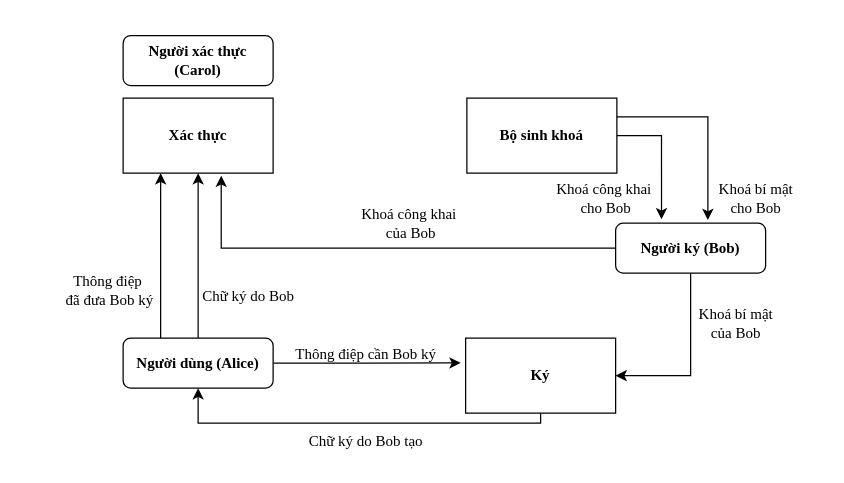
huyle84/diagrams keeps this draw.io diagram as DS.drawio. Above is the earlier version. Source tidied: cells renumbered, new cells numbered last; positions are measured from the earlier drawing's top-left corner, leaving out a move shared by most shapes. Both pictures are drawn from the tidied source at 125%, with x=0, y=0 at pixel (52, 35).
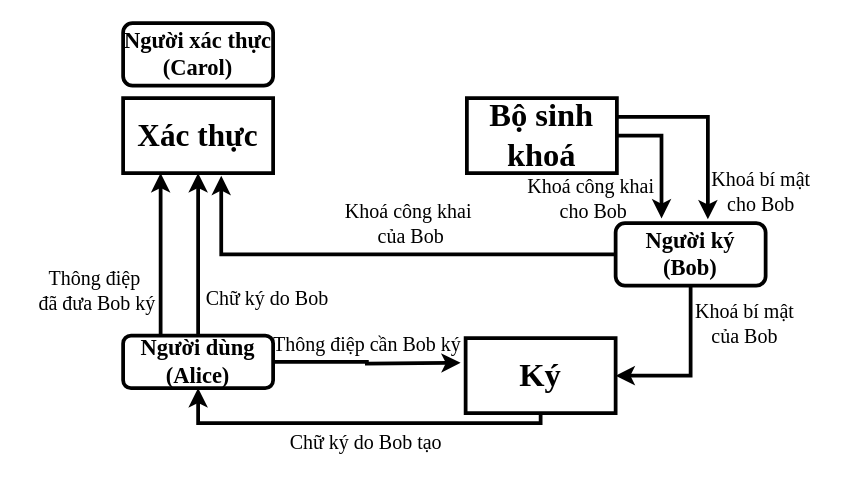
Above is the later version.

Diff of the diagram source:
```diff
@@
-    <mxCell id="2" value="&lt;font face=&quot;Times New Roman&quot;&gt;&lt;b&gt;Xác thực&lt;/b&gt;&lt;/font&gt;" style="rounded=0;whiteSpace=wrap;html=1;" parent="1" vertex="1">
+    <mxCell id="2" value="&lt;font face=&quot;Times New Roman&quot; style=&quot;font-size: 25px;&quot;&gt;&lt;b style=&quot;&quot;&gt;Xác thực&lt;/b&gt;&lt;/font&gt;" style="rounded=0;whiteSpace=wrap;html=1;strokeWidth=3;" parent="1" vertex="1">
       <mxGeometry x="56" y="50" width="120" height="60" as="geometry" />
     </mxCell>
-    <mxCell id="3" style="edgeStyle=orthogonalEdgeStyle;rounded=0;jettySize=auto;html=1;exitX=0.5;exitY=1;exitDx=0;exitDy=0;entryX=0.5;entryY=1;entryDx=0;entryDy=0;" parent="1" edge="1" source="4" target="11">
+    <mxCell id="3" style="edgeStyle=orthogonalEdgeStyle;rounded=0;jettySize=auto;html=1;exitX=0.5;exitY=1;exitDx=0;exitDy=0;entryX=0.5;entryY=1;entryDx=0;entryDy=0;strokeWidth=3;" parent="1" edge="1" source="4" target="11">
       <mxGeometry relative="1" as="geometry">
         <Array as="points">
           <mxPoint x="390" y="310" />
           <mxPoint x="116" y="310" />
         </Array>
       </mxGeometry>
     </mxCell>
-    <mxCell id="4" value="&lt;font face=&quot;Times New Roman&quot;&gt;&lt;b&gt;Ký&lt;/b&gt;&lt;/font&gt;" style="rounded=0;whiteSpace=wrap;html=1;" parent="1" vertex="1">
+    <mxCell id="4" value="&lt;font face=&quot;Times New Roman&quot; style=&quot;font-size: 26px;&quot;&gt;&lt;b style=&quot;&quot;&gt;Ký&lt;/b&gt;&lt;/font&gt;" style="rounded=0;whiteSpace=wrap;html=1;strokeWidth=3;" parent="1" vertex="1">
       <mxGeometry x="330" y="242" width="120" height="60" as="geometry" />
     </mxCell>
-    <mxCell id="5" value="&lt;font face=&quot;Times New Roman&quot;&gt;Bộ sinh khoá&lt;/font&gt;" style="rounded=0;whiteSpace=wrap;html=1;fontStyle=1;" parent="1" vertex="1">
+    <mxCell id="5" value="&lt;font face=&quot;Times New Roman&quot; style=&quot;font-size: 26px;&quot;&gt;Bộ sinh khoá&lt;/font&gt;" style="rounded=0;whiteSpace=wrap;html=1;fontStyle=1;strokeWidth=3;" parent="1" vertex="1">
       <mxGeometry x="331" y="50" width="120" height="60" as="geometry" />
     </mxCell>
-    <mxCell id="6" value="&lt;font face=&quot;Times New Roman&quot;&gt;Khoá công khai&amp;nbsp;&lt;/font&gt;&lt;div&gt;&lt;font face=&quot;Times New Roman&quot;&gt;của Bob&lt;/font&gt;&lt;/div&gt;" style="text;html=1;align=center;verticalAlign=middle;strokeColor=none;fillColor=none;" parent="1" vertex="1">
-      <mxGeometry x="236" y="130" width="100" height="40" as="geometry" />
+    <mxCell id="6" value="&lt;font face=&quot;Times New Roman&quot; style=&quot;font-size: 16px;&quot;&gt;Khoá công khai&amp;nbsp;&lt;/font&gt;&lt;div&gt;&lt;font face=&quot;Times New Roman&quot; style=&quot;font-size: 16px;&quot;&gt;của Bob&lt;/font&gt;&lt;/div&gt;" style="text;html=1;align=center;verticalAlign=middle;strokeColor=none;fillColor=none;strokeWidth=3;" parent="1" vertex="1">
+      <mxGeometry x="221" y="125" width="130" height="50" as="geometry" />
     </mxCell>
-    <mxCell id="7" value="&lt;font face=&quot;Times New Roman&quot;&gt;Khoá bí mật&lt;/font&gt;&lt;div&gt;&lt;font face=&quot;Times New Roman&quot;&gt;của Bob&lt;/font&gt;&lt;br&gt;&lt;/div&gt;" style="text;html=1;align=center;verticalAlign=middle;strokeColor=none;fillColor=none;" parent="1" vertex="1">
-      <mxGeometry x="506" y="210" width="80" height="40" as="geometry" />
+    <mxCell id="7" value="&lt;font face=&quot;Times New Roman&quot; style=&quot;font-size: 16px;&quot;&gt;Khoá bí mật&lt;/font&gt;&lt;div&gt;&lt;font face=&quot;Times New Roman&quot; style=&quot;font-size: 16px;&quot;&gt;của Bob&lt;/font&gt;&lt;br&gt;&lt;/div&gt;" style="text;html=1;align=center;verticalAlign=middle;strokeColor=none;fillColor=none;strokeWidth=3;" parent="1" vertex="1">
+      <mxGeometry x="503" y="205" width="100" height="50" as="geometry" />
     </mxCell>
-    <mxCell id="8" style="edgeStyle=orthogonalEdgeStyle;rounded=0;jettySize=auto;html=1;exitX=1;exitY=0.5;exitDx=0;exitDy=0;" parent="1" edge="1" source="11">
+    <mxCell id="8" style="edgeStyle=orthogonalEdgeStyle;rounded=0;jettySize=auto;html=1;exitX=1;exitY=0.5;exitDx=0;exitDy=0;strokeWidth=3;" parent="1" edge="1" source="11">
       <mxGeometry relative="1" as="geometry">
         <mxPoint x="326" y="261.8" as="targetPoint" />
       </mxGeometry>
     </mxCell>
-    <mxCell id="9" style="edgeStyle=orthogonalEdgeStyle;rounded=0;jettySize=auto;html=1;entryX=0.5;entryY=1;entryDx=0;entryDy=0;" parent="1" edge="1" source="11" target="2">
+    <mxCell id="9" style="edgeStyle=orthogonalEdgeStyle;rounded=0;jettySize=auto;html=1;entryX=0.5;entryY=1;entryDx=0;entryDy=0;strokeWidth=3;" parent="1" edge="1" source="11" target="2">
       <mxGeometry relative="1" as="geometry" />
     </mxCell>
-    <mxCell id="10" style="edgeStyle=orthogonalEdgeStyle;rounded=0;jettySize=auto;html=1;exitX=0.25;exitY=0;exitDx=0;exitDy=0;entryX=0.25;entryY=1;entryDx=0;entryDy=0;" parent="1" edge="1" source="11" target="2">
+    <mxCell id="10" style="edgeStyle=orthogonalEdgeStyle;rounded=0;jettySize=auto;html=1;exitX=0.25;exitY=0;exitDx=0;exitDy=0;entryX=0.25;entryY=1;entryDx=0;entryDy=0;strokeWidth=3;" parent="1" edge="1" source="11" target="2">
       <mxGeometry relative="1" as="geometry" />
     </mxCell>
+    <mxCell id="24" style="edgeStyle=orthogonalEdgeStyle;rounded=0;jettySize=auto;html=1;exitX=0.5;exitY=0;exitDx=0;exitDy=0;" parent="1" edge="1" source="11">
+      <mxGeometry relative="1" as="geometry">
+        <mxPoint x="116" y="240" as="targetPoint" />
+      </mxGeometry>
+    </mxCell>
-    <mxCell id="11" value="&lt;font face=&quot;Times New Roman&quot;&gt;Người dùng (Alice)&lt;/font&gt;" style="rounded=1;whiteSpace=wrap;html=1;fontStyle=1;" parent="1" vertex="1">
-      <mxGeometry x="56" y="242" width="120" height="40" as="geometry" />
+    <mxCell id="11" value="&lt;font face=&quot;Times New Roman&quot; style=&quot;font-size: 18px;&quot;&gt;Người dùng (Alice)&lt;/font&gt;" style="rounded=1;whiteSpace=wrap;html=1;fontStyle=1;strokeWidth=3;" parent="1" vertex="1">
+      <mxGeometry x="56" y="240" width="120" height="42" as="geometry" />
     </mxCell>
-    <mxCell id="12" style="edgeStyle=orthogonalEdgeStyle;rounded=0;jettySize=auto;html=1;exitX=0.5;exitY=1;exitDx=0;exitDy=0;entryX=1;entryY=0.5;entryDx=0;entryDy=0;" parent="1" edge="1" source="13" target="4">
+    <mxCell id="12" style="edgeStyle=orthogonalEdgeStyle;rounded=0;jettySize=auto;html=1;exitX=0.5;exitY=1;exitDx=0;exitDy=0;entryX=1;entryY=0.5;entryDx=0;entryDy=0;strokeWidth=3;" parent="1" edge="1" source="13" target="4">
       <mxGeometry relative="1" as="geometry" />
     </mxCell>
-    <mxCell id="13" value="&lt;font face=&quot;Times New Roman&quot;&gt;Người ký (Bob)&lt;/font&gt;" style="rounded=1;whiteSpace=wrap;html=1;fontStyle=1;" parent="1" vertex="1">
-      <mxGeometry x="450" y="150" width="120" height="40" as="geometry" />
+    <mxCell id="13" value="&lt;font face=&quot;Times New Roman&quot; style=&quot;font-size: 18px;&quot;&gt;Người ký (Bob)&lt;/font&gt;" style="rounded=1;whiteSpace=wrap;html=1;fontStyle=1;strokeWidth=3;" parent="1" vertex="1">
+      <mxGeometry x="450" y="150" width="120" height="50" as="geometry" />
     </mxCell>
-    <mxCell id="14" value="&lt;font face=&quot;Times New Roman&quot;&gt;Thông điệp cần Bob ký&lt;/font&gt;" style="text;html=1;align=center;verticalAlign=middle;strokeColor=none;fillColor=none;" parent="1" vertex="1">
-      <mxGeometry x="180" y="240" width="140" height="30" as="geometry" />
+    <mxCell id="14" value="&lt;font face=&quot;Times New Roman&quot; style=&quot;font-size: 16px;&quot;&gt;Thông điệp cần Bob ký&lt;/font&gt;" style="text;html=1;align=center;verticalAlign=middle;strokeColor=none;fillColor=none;strokeWidth=3;" parent="1" vertex="1">
+      <mxGeometry x="166" y="232" width="170" height="30" as="geometry" />
     </mxCell>
-    <mxCell id="15" value="&lt;font face=&quot;Times New Roman&quot;&gt;Khoá công khai&amp;nbsp;&lt;/font&gt;&lt;div&gt;&lt;font face=&quot;Times New Roman&quot;&gt;cho Bob&lt;/font&gt;&lt;/div&gt;" style="text;html=1;align=center;verticalAlign=middle;strokeColor=none;fillColor=none;" parent="1" vertex="1">
-      <mxGeometry x="392" y="110" width="100" height="40" as="geometry" />
+    <mxCell id="15" value="&lt;font face=&quot;Times New Roman&quot; style=&quot;font-size: 16px;&quot;&gt;Khoá công khai&amp;nbsp;&lt;/font&gt;&lt;div&gt;&lt;font face=&quot;Times New Roman&quot; style=&quot;font-size: 16px;&quot;&gt;cho Bob&lt;/font&gt;&lt;/div&gt;" style="text;html=1;align=center;verticalAlign=middle;strokeColor=none;fillColor=none;strokeWidth=3;" parent="1" vertex="1">
+      <mxGeometry x="367" y="105" width="130" height="50" as="geometry" />
     </mxCell>
-    <mxCell id="16" style="edgeStyle=orthogonalEdgeStyle;rounded=0;jettySize=auto;html=1;exitX=1;exitY=0.5;exitDx=0;exitDy=0;entryX=0.306;entryY=-0.075;entryDx=0;entryDy=0;entryPerimeter=0;" parent="1" edge="1" source="5" target="13">
+    <mxCell id="16" style="edgeStyle=orthogonalEdgeStyle;rounded=0;jettySize=auto;html=1;exitX=1;exitY=0.5;exitDx=0;exitDy=0;entryX=0.306;entryY=-0.075;entryDx=0;entryDy=0;entryPerimeter=0;strokeWidth=3;" parent="1" edge="1" source="5" target="13">
       <mxGeometry relative="1" as="geometry" />
     </mxCell>
-    <mxCell id="17" style="edgeStyle=orthogonalEdgeStyle;rounded=0;jettySize=auto;html=1;exitX=1;exitY=0.25;exitDx=0;exitDy=0;entryX=0.615;entryY=-0.061;entryDx=0;entryDy=0;entryPerimeter=0;" parent="1" edge="1" source="5" target="13">
+    <mxCell id="17" style="edgeStyle=orthogonalEdgeStyle;rounded=0;jettySize=auto;html=1;exitX=1;exitY=0.25;exitDx=0;exitDy=0;entryX=0.615;entryY=-0.061;entryDx=0;entryDy=0;entryPerimeter=0;strokeWidth=3;" parent="1" edge="1" source="5" target="13">
       <mxGeometry relative="1" as="geometry" />
     </mxCell>
-    <mxCell id="18" value="&lt;font face=&quot;Times New Roman&quot;&gt;Khoá bí mật&lt;/font&gt;&lt;div&gt;&lt;font face=&quot;Times New Roman&quot;&gt;cho Bob&lt;/font&gt;&lt;br&gt;&lt;/div&gt;" style="text;html=1;align=center;verticalAlign=middle;strokeColor=none;fillColor=none;" parent="1" vertex="1">
-      <mxGeometry x="522" y="110" width="80" height="40" as="geometry" />
+    <mxCell id="18" value="&lt;font face=&quot;Times New Roman&quot; style=&quot;font-size: 16px;&quot;&gt;Khoá bí mật&lt;/font&gt;&lt;div&gt;&lt;font face=&quot;Times New Roman&quot; style=&quot;font-size: 16px;&quot;&gt;cho Bob&lt;/font&gt;&lt;br&gt;&lt;/div&gt;" style="text;html=1;align=center;verticalAlign=middle;strokeColor=none;fillColor=none;strokeWidth=3;" parent="1" vertex="1">
+      <mxGeometry x="516" y="100" width="100" height="50" as="geometry" />
     </mxCell>
-    <mxCell id="19" value="&lt;font face=&quot;Times New Roman&quot;&gt;Người xác thực (Carol)&lt;/font&gt;" style="rounded=1;whiteSpace=wrap;html=1;fontStyle=1;" parent="1" vertex="1">
-      <mxGeometry x="56" width="120" height="40" as="geometry" />
+    <mxCell id="19" value="&lt;font face=&quot;Times New Roman&quot; style=&quot;font-size: 18px;&quot;&gt;Người xác thực (Carol)&lt;/font&gt;" style="rounded=1;whiteSpace=wrap;html=1;fontStyle=1;strokeWidth=3;" parent="1" vertex="1">
+      <mxGeometry x="56" y="-10" width="120" height="50" as="geometry" />
     </mxCell>
-    <mxCell id="20" style="edgeStyle=orthogonalEdgeStyle;rounded=0;jettySize=auto;html=1;entryX=0.654;entryY=1.035;entryDx=0;entryDy=0;entryPerimeter=0;" parent="1" edge="1" source="13" target="2">
+    <mxCell id="20" style="edgeStyle=orthogonalEdgeStyle;rounded=0;jettySize=auto;html=1;entryX=0.654;entryY=1.035;entryDx=0;entryDy=0;entryPerimeter=0;strokeWidth=3;" parent="1" edge="1" source="13" target="2">
       <mxGeometry relative="1" as="geometry" />
     </mxCell>
-    <mxCell id="21" value="&lt;div&gt;&lt;font face=&quot;Times New Roman&quot;&gt;Chữ ký do Bob&lt;/font&gt;&lt;/div&gt;" style="text;html=1;align=center;verticalAlign=middle;strokeColor=none;fillColor=none;" parent="1" vertex="1">
-      <mxGeometry x="106" y="194" width="100" height="30" as="geometry" />
+    <mxCell id="21" value="&lt;div&gt;&lt;font face=&quot;Times New Roman&quot; style=&quot;font-size: 16px;&quot;&gt;Chữ ký do Bob&lt;/font&gt;&lt;/div&gt;" style="text;html=1;align=center;verticalAlign=middle;strokeColor=none;fillColor=none;strokeWidth=3;" parent="1" vertex="1">
+      <mxGeometry x="111" y="195" width="120" height="30" as="geometry" />
     </mxCell>
-    <mxCell id="22" value="&lt;div&gt;&lt;font face=&quot;Times New Roman&quot;&gt;Chữ ký do Bob tạo&lt;/font&gt;&lt;/div&gt;" style="text;html=1;align=center;verticalAlign=middle;strokeColor=none;fillColor=none;" parent="1" vertex="1">
-      <mxGeometry x="195" y="310" width="110" height="30" as="geometry" />
+    <mxCell id="22" value="&lt;div&gt;&lt;font face=&quot;Times New Roman&quot; style=&quot;font-size: 16px;&quot;&gt;Chữ ký do Bob tạo&lt;/font&gt;&lt;/div&gt;" style="text;html=1;align=center;verticalAlign=middle;strokeColor=none;fillColor=none;strokeWidth=3;" parent="1" vertex="1">
+      <mxGeometry x="175" y="310" width="150" height="30" as="geometry" />
     </mxCell>
-    <mxCell id="23" value="&lt;font face=&quot;Times New Roman&quot;&gt;Thông điệp&amp;nbsp;&lt;/font&gt;&lt;div&gt;&lt;font face=&quot;Times New Roman&quot;&gt;đã đưa Bob ký&lt;/font&gt;&lt;/div&gt;" style="text;html=1;align=center;verticalAlign=middle;strokeColor=none;fillColor=none;" parent="1" vertex="1">
-      <mxGeometry y="184" width="90" height="40" as="geometry" />
+    <mxCell id="23" value="&lt;font face=&quot;Times New Roman&quot; style=&quot;font-size: 16px;&quot;&gt;Thông điệp&amp;nbsp;&lt;/font&gt;&lt;div&gt;&lt;font face=&quot;Times New Roman&quot; style=&quot;font-size: 16px;&quot;&gt;đã đưa Bob ký&lt;/font&gt;&lt;/div&gt;" style="text;html=1;align=center;verticalAlign=middle;strokeColor=none;fillColor=none;strokeWidth=3;" parent="1" vertex="1">
+      <mxGeometry x="-25" y="179" width="120" height="50" as="geometry" />
     </mxCell>
```
